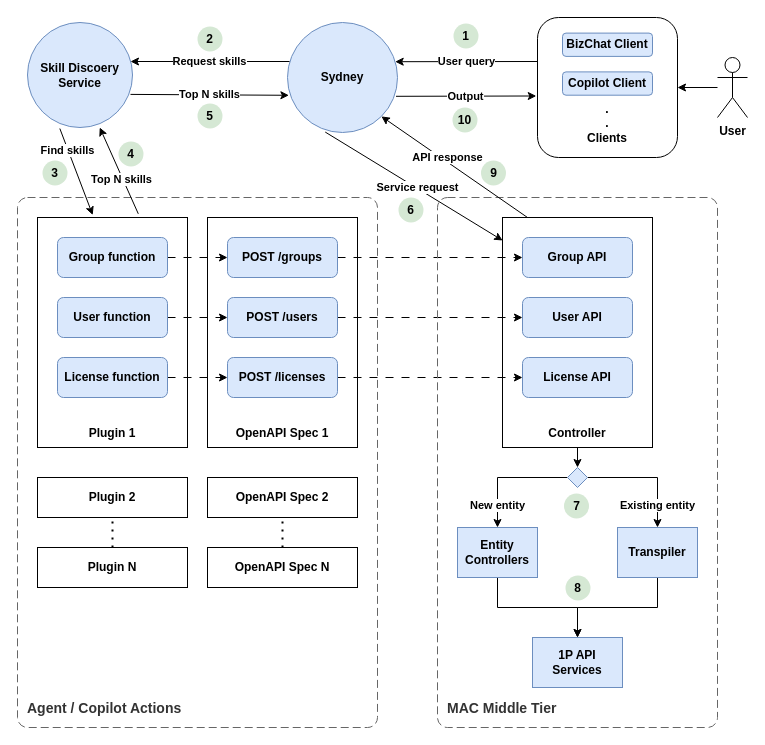
This is POCDesignReview.drawio from prshelke/DrawIO, a draw.io file, before an edit. Source tidied: cells renumbered, new cells numbered last; positions are measured from the earlier drawing's top-left corner, leaving out a move shared by most shapes. Both pictures are drawn from the tidied source at 100%, with x=0, y=0 at pixel (17, 17).
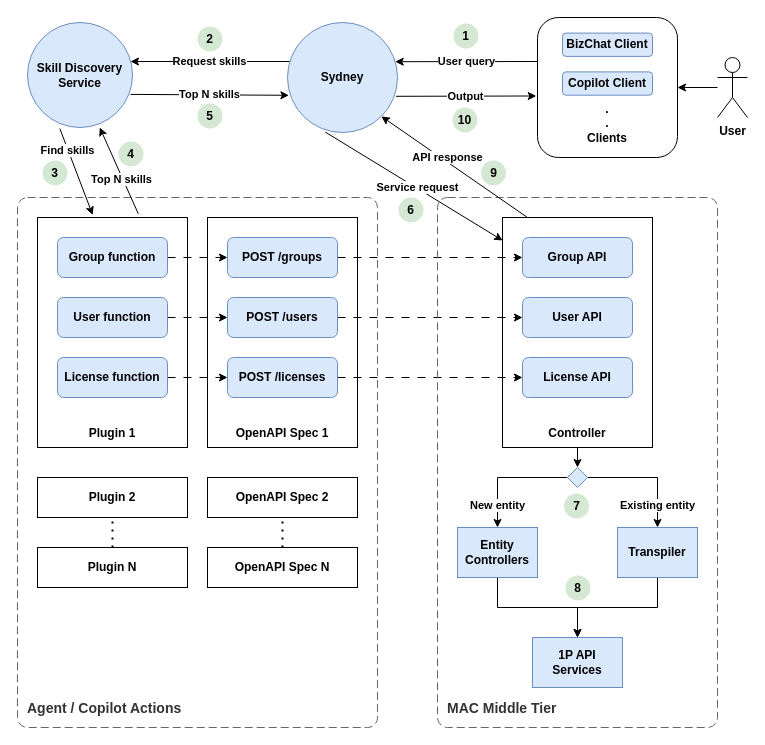
The same page after the edit.

The edit, as a diff of the source:
```diff
@@
-    <mxCell id="15" value="&lt;div&gt;Skill Discoery Service&lt;/div&gt;" style="ellipse;whiteSpace=wrap;html=1;fontStyle=1;fillColor=#dae8fc;strokeColor=#6c8ebf;" parent="1" vertex="1">
+    <mxCell id="15" value="&lt;div&gt;Skill Discovery Service&lt;/div&gt;" style="ellipse;whiteSpace=wrap;html=1;fontStyle=1;fillColor=#dae8fc;strokeColor=#6c8ebf;" parent="1" vertex="1">
       <mxGeometry x="10" y="5" width="105" height="105" as="geometry" />
     </mxCell>
```
